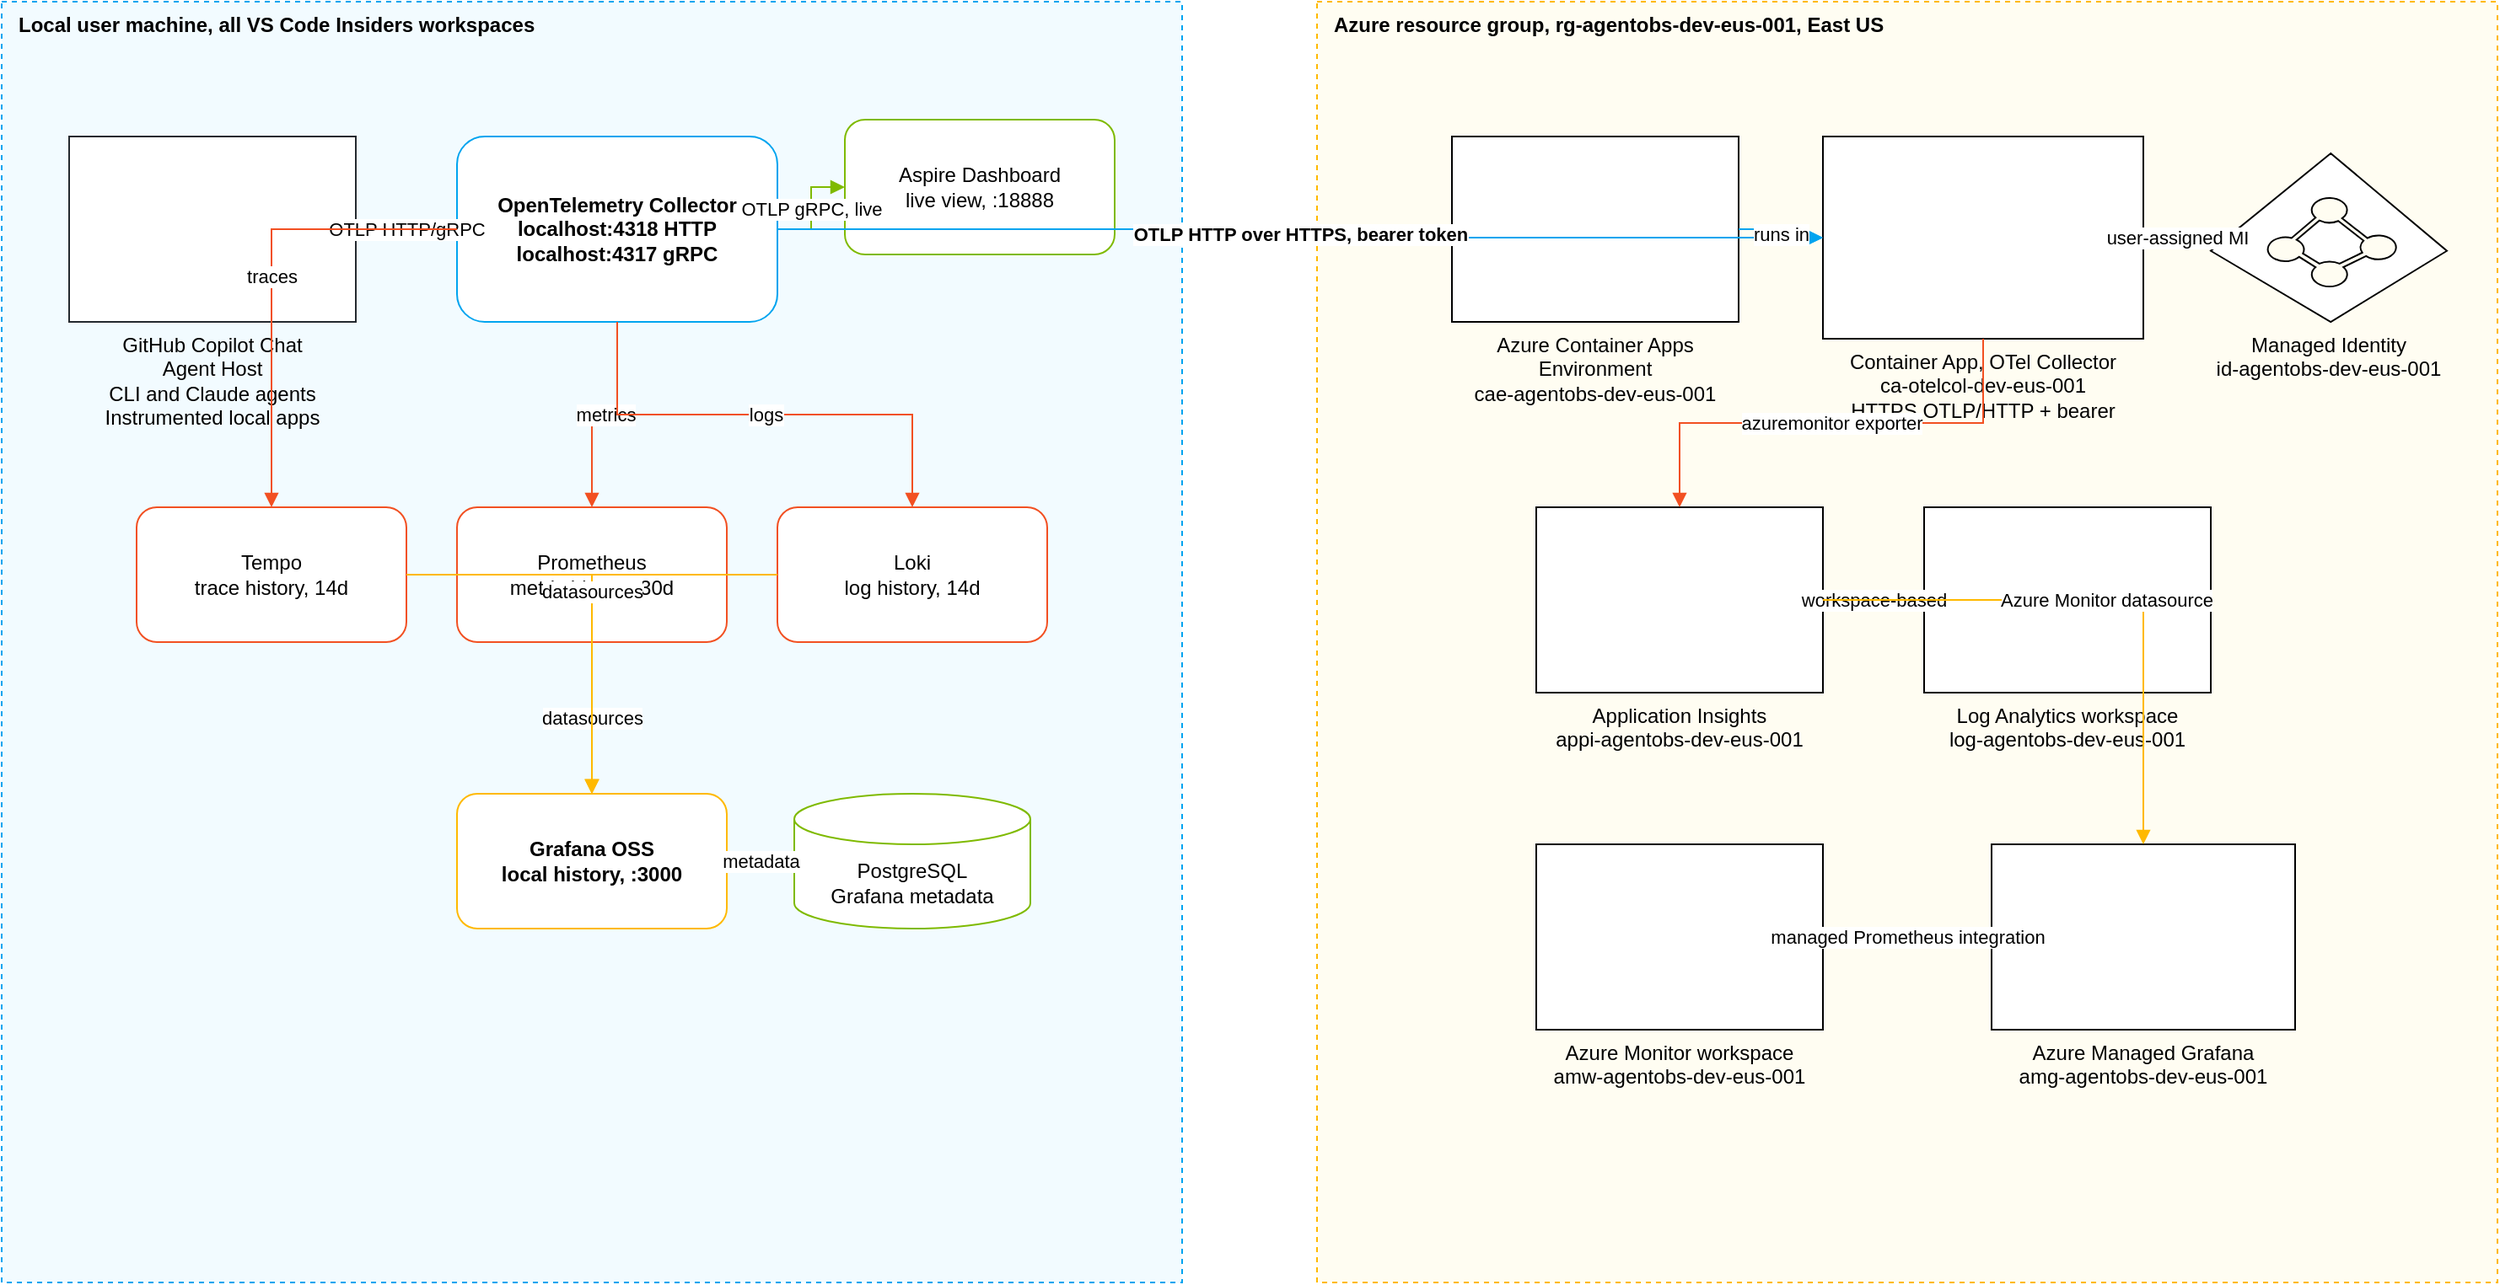
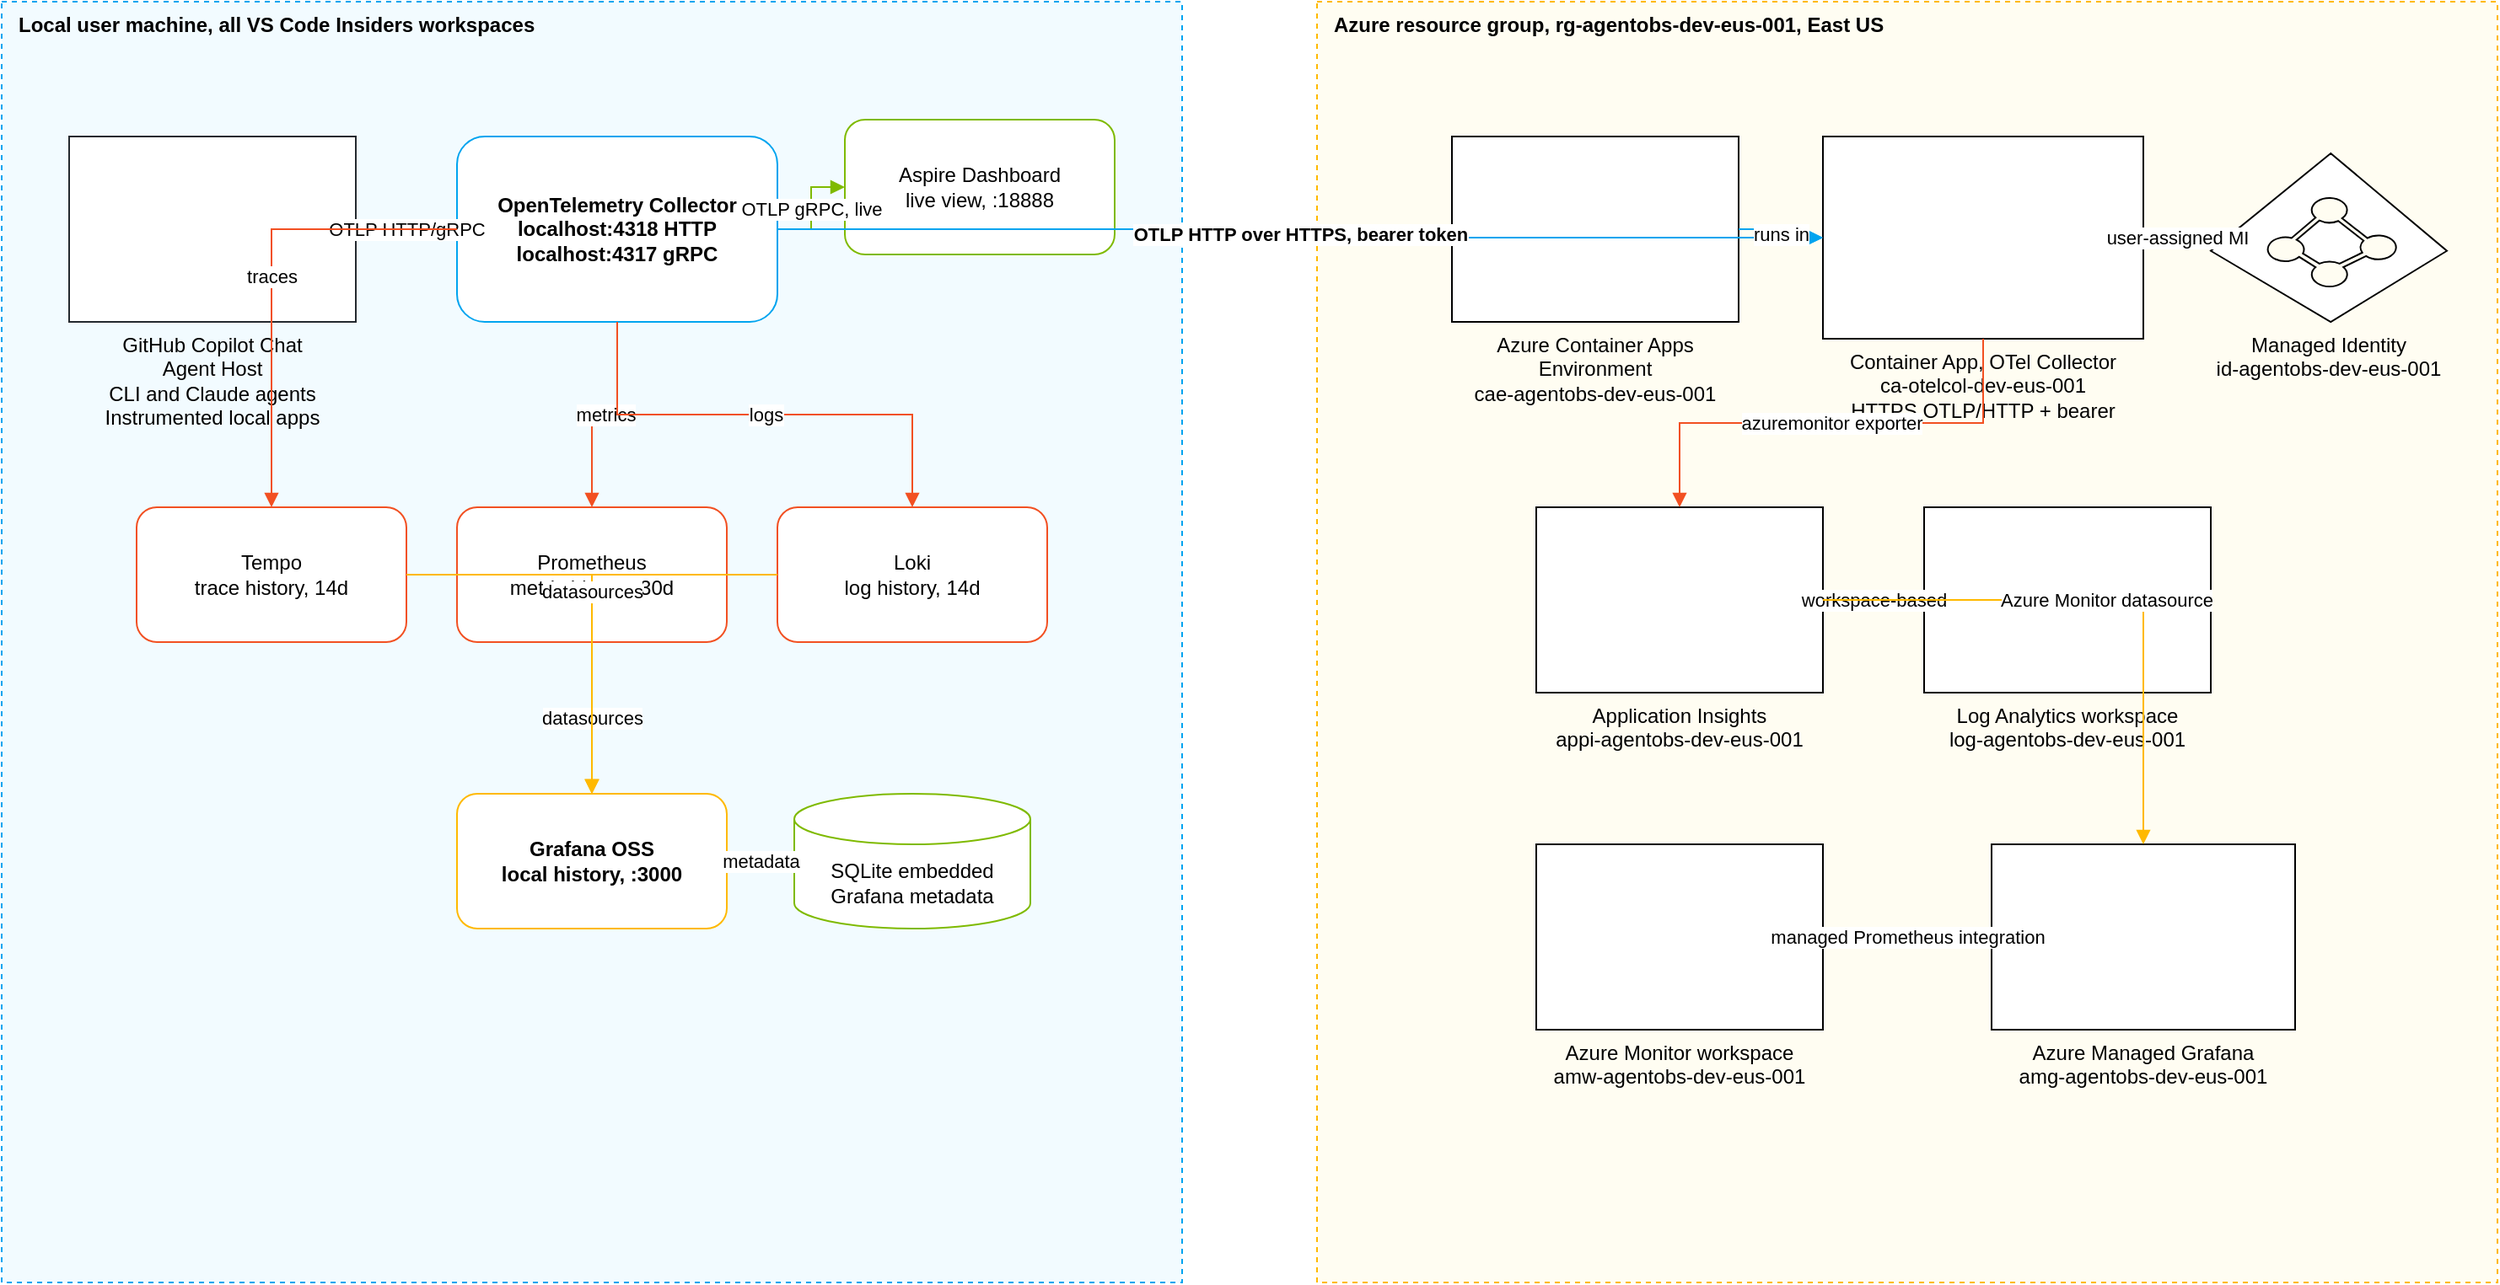
<?xml version="1.0" encoding="UTF-8"?>
<mxfile host="app.diagrams.net">
  <diagram name="Hybrid Agent Observability" id="agentobs-hybrid">
    <mxGraphModel dx="1600" dy="900" grid="1" gridSize="10" guides="1" tooltips="1" connect="1" arrows="1" fold="1" page="1" pageWidth="1600" pageHeight="900" math="0" shadow="0">
      <root>
        <mxCell id="0" />
        <mxCell id="1" parent="0" />
        <mxCell id="local" value="Local user machine, all VS Code Insiders workspaces" style="rounded=0;dashed=1;verticalAlign=top;align=left;spacingLeft=8;html=1;fillColor=#F2FBFF;strokeColor=#00A4EF;fontStyle=1;" vertex="1" parent="1">
          <mxGeometry x="40" y="40" width="700" height="760" as="geometry" />
        </mxCell>
        <mxCell id="azure" value="Azure resource group, rg-agentobs-dev-eus-001, East US" style="rounded=0;dashed=1;verticalAlign=top;align=left;spacingLeft=8;html=1;fillColor=#FFFDF2;strokeColor=#FFB900;fontStyle=1;" vertex="1" parent="1">
          <mxGeometry x="820" y="40" width="700" height="760" as="geometry" />
        </mxCell>
        <mxCell id="sources" value="GitHub Copilot Chat&lt;br&gt;Agent Host&lt;br&gt;CLI and Claude agents&lt;br&gt;Instrumented local apps" style="shape=mxgraph.gcp2.github;html=1;whiteSpace=wrap;verticalLabelPosition=bottom;verticalAlign=top;align=center;fillColor=#FFFFFF;strokeColor=#24292F;" vertex="1" parent="local">
          <mxGeometry x="40" y="80" width="170" height="110" as="geometry" />
        </mxCell>
        <mxCell id="local-collector" value="OpenTelemetry Collector&lt;br&gt;localhost:4318 HTTP&lt;br&gt;localhost:4317 gRPC" style="rounded=1;whiteSpace=wrap;html=1;fillColor=#FFFFFF;strokeColor=#00A4EF;fontStyle=1;" vertex="1" parent="local">
          <mxGeometry x="270" y="80" width="190" height="110" as="geometry" />
        </mxCell>
        <mxCell id="aspire" value="Aspire Dashboard&lt;br&gt;live view, :18888" style="rounded=1;whiteSpace=wrap;html=1;fillColor=#FFFFFF;strokeColor=#7FBA00;" vertex="1" parent="local">
          <mxGeometry x="500" y="70" width="160" height="80" as="geometry" />
        </mxCell>
        <mxCell id="tempo" value="Tempo&lt;br&gt;trace history, 14d" style="rounded=1;whiteSpace=wrap;html=1;fillColor=#FFFFFF;strokeColor=#F25022;" vertex="1" parent="local">
          <mxGeometry x="80" y="300" width="160" height="80" as="geometry" />
        </mxCell>
        <mxCell id="prometheus" value="Prometheus&lt;br&gt;metric history, 30d" style="rounded=1;whiteSpace=wrap;html=1;fillColor=#FFFFFF;strokeColor=#F25022;" vertex="1" parent="local">
          <mxGeometry x="270" y="300" width="160" height="80" as="geometry" />
        </mxCell>
        <mxCell id="loki" value="Loki&lt;br&gt;log history, 14d" style="rounded=1;whiteSpace=wrap;html=1;fillColor=#FFFFFF;strokeColor=#F25022;" vertex="1" parent="local">
          <mxGeometry x="460" y="300" width="160" height="80" as="geometry" />
        </mxCell>
        <mxCell id="grafana-local" value="Grafana OSS&lt;br&gt;local history, :3000" style="rounded=1;whiteSpace=wrap;html=1;fillColor=#FFFFFF;strokeColor=#FFB900;fontStyle=1;" vertex="1" parent="local">
          <mxGeometry x="270" y="470" width="160" height="80" as="geometry" />
        </mxCell>
-         <mxCell id="postgres" value="PostgreSQL&lt;br&gt;Grafana metadata" style="shape=cylinder3;whiteSpace=wrap;html=1;boundedLbl=1;backgroundOutline=1;size=15;fillColor=#FFFFFF;strokeColor=#7FBA00;" vertex="1" parent="local">
+         <mxCell id="postgres" value="SQLite embedded&lt;br&gt;Grafana metadata" style="shape=cylinder3;whiteSpace=wrap;html=1;boundedLbl=1;backgroundOutline=1;size=15;fillColor=#FFFFFF;strokeColor=#7FBA00;" vertex="1" parent="local">
          <mxGeometry x="470" y="470" width="140" height="80" as="geometry" />
        </mxCell>
        <mxCell id="aca-env" value="Azure Container Apps Environment&lt;br&gt;cae-agentobs-dev-eus-001" style="sketch=0;html=1;shape=mxgraph.azure.app_services;whiteSpace=wrap;verticalLabelPosition=bottom;verticalAlign=top;align=center;" vertex="1" parent="azure">
          <mxGeometry x="80" y="80" width="170" height="110" as="geometry" />
        </mxCell>
        <mxCell id="cloud-collector" value="Container App, OTel Collector&lt;br&gt;ca-otelcol-dev-eus-001&lt;br&gt;HTTPS OTLP/HTTP + bearer" style="sketch=0;html=1;shape=mxgraph.azure.app_services;whiteSpace=wrap;verticalLabelPosition=bottom;verticalAlign=top;align=center;" vertex="1" parent="azure">
          <mxGeometry x="300" y="80" width="190" height="120" as="geometry" />
        </mxCell>
        <mxCell id="identity" value="Managed Identity&lt;br&gt;id-agentobs-dev-eus-001" style="sketch=0;html=1;shape=mxgraph.azure.azure_active_directory;whiteSpace=wrap;verticalLabelPosition=bottom;verticalAlign=top;align=center;" vertex="1" parent="azure">
          <mxGeometry x="530" y="90" width="140" height="100" as="geometry" />
        </mxCell>
        <mxCell id="appinsights" value="Application Insights&lt;br&gt;appi-agentobs-dev-eus-001" style="sketch=0;html=1;shape=mxgraph.azure.monitor;whiteSpace=wrap;verticalLabelPosition=bottom;verticalAlign=top;align=center;" vertex="1" parent="azure">
          <mxGeometry x="130" y="300" width="170" height="110" as="geometry" />
        </mxCell>
        <mxCell id="loganalytics" value="Log Analytics workspace&lt;br&gt;log-agentobs-dev-eus-001" style="sketch=0;html=1;shape=mxgraph.azure.monitor;whiteSpace=wrap;verticalLabelPosition=bottom;verticalAlign=top;align=center;" vertex="1" parent="azure">
          <mxGeometry x="360" y="300" width="170" height="110" as="geometry" />
        </mxCell>
        <mxCell id="amw" value="Azure Monitor workspace&lt;br&gt;amw-agentobs-dev-eus-001" style="sketch=0;html=1;shape=mxgraph.azure.monitor;whiteSpace=wrap;verticalLabelPosition=bottom;verticalAlign=top;align=center;" vertex="1" parent="azure">
          <mxGeometry x="130" y="500" width="170" height="110" as="geometry" />
        </mxCell>
        <mxCell id="amg" value="Azure Managed Grafana&lt;br&gt;amg-agentobs-dev-eus-001" style="sketch=0;html=1;shape=mxgraph.azure.monitor;whiteSpace=wrap;verticalLabelPosition=bottom;verticalAlign=top;align=center;" vertex="1" parent="azure">
          <mxGeometry x="400" y="500" width="180" height="110" as="geometry" />
        </mxCell>
        <mxCell id="e1" value="OTLP HTTP/gRPC" style="edgeStyle=orthogonalEdgeStyle;rounded=0;html=1;endArrow=block;strokeColor=#00A4EF;" edge="1" parent="1" source="sources" target="local-collector"><mxGeometry relative="1" as="geometry" /></mxCell>
        <mxCell id="e2" value="OTLP gRPC, live" style="edgeStyle=orthogonalEdgeStyle;rounded=0;html=1;endArrow=block;strokeColor=#7FBA00;" edge="1" parent="1" source="local-collector" target="aspire"><mxGeometry relative="1" as="geometry" /></mxCell>
        <mxCell id="e3" value="traces" style="edgeStyle=orthogonalEdgeStyle;rounded=0;html=1;endArrow=block;strokeColor=#F25022;" edge="1" parent="1" source="local-collector" target="tempo"><mxGeometry relative="1" as="geometry" /></mxCell>
        <mxCell id="e4" value="metrics" style="edgeStyle=orthogonalEdgeStyle;rounded=0;html=1;endArrow=block;strokeColor=#F25022;" edge="1" parent="1" source="local-collector" target="prometheus"><mxGeometry relative="1" as="geometry" /></mxCell>
        <mxCell id="e5" value="logs" style="edgeStyle=orthogonalEdgeStyle;rounded=0;html=1;endArrow=block;strokeColor=#F25022;" edge="1" parent="1" source="local-collector" target="loki"><mxGeometry relative="1" as="geometry" /></mxCell>
        <mxCell id="e6" value="datasources" style="edgeStyle=orthogonalEdgeStyle;rounded=0;html=1;endArrow=block;strokeColor=#FFB900;" edge="1" parent="1" source="tempo" target="grafana-local"><mxGeometry relative="1" as="geometry" /></mxCell>
        <mxCell id="e7" value="datasources" style="edgeStyle=orthogonalEdgeStyle;rounded=0;html=1;endArrow=block;strokeColor=#FFB900;" edge="1" parent="1" source="prometheus" target="grafana-local"><mxGeometry relative="1" as="geometry" /></mxCell>
        <mxCell id="e8" value="datasources" style="edgeStyle=orthogonalEdgeStyle;rounded=0;html=1;endArrow=block;strokeColor=#FFB900;" edge="1" parent="1" source="loki" target="grafana-local"><mxGeometry relative="1" as="geometry" /></mxCell>
        <mxCell id="e9" value="metadata" style="edgeStyle=orthogonalEdgeStyle;rounded=0;html=1;endArrow=block;strokeColor=#7FBA00;" edge="1" parent="1" source="grafana-local" target="postgres"><mxGeometry relative="1" as="geometry" /></mxCell>
        <mxCell id="e10" value="OTLP HTTP over HTTPS, bearer token" style="edgeStyle=orthogonalEdgeStyle;rounded=0;html=1;endArrow=block;strokeColor=#00A4EF;fontStyle=1;" edge="1" parent="1" source="local-collector" target="cloud-collector"><mxGeometry relative="1" as="geometry" /></mxCell>
        <mxCell id="e11" value="runs in" style="edgeStyle=orthogonalEdgeStyle;rounded=0;html=1;endArrow=block;strokeColor=#00A4EF;" edge="1" parent="1" source="aca-env" target="cloud-collector"><mxGeometry relative="1" as="geometry" /></mxCell>
        <mxCell id="e12" value="user-assigned MI" style="edgeStyle=orthogonalEdgeStyle;rounded=0;html=1;endArrow=block;strokeColor=#7FBA00;" edge="1" parent="1" source="identity" target="cloud-collector"><mxGeometry relative="1" as="geometry" /></mxCell>
        <mxCell id="e13" value="azuremonitor exporter" style="edgeStyle=orthogonalEdgeStyle;rounded=0;html=1;endArrow=block;strokeColor=#F25022;" edge="1" parent="1" source="cloud-collector" target="appinsights"><mxGeometry relative="1" as="geometry" /></mxCell>
        <mxCell id="e14" value="workspace-based" style="edgeStyle=orthogonalEdgeStyle;rounded=0;html=1;endArrow=block;strokeColor=#F25022;" edge="1" parent="1" source="appinsights" target="loganalytics"><mxGeometry relative="1" as="geometry" /></mxCell>
        <mxCell id="e15" value="Azure Monitor datasource" style="edgeStyle=orthogonalEdgeStyle;rounded=0;html=1;endArrow=block;strokeColor=#FFB900;" edge="1" parent="1" source="appinsights" target="amg"><mxGeometry relative="1" as="geometry" /></mxCell>
        <mxCell id="e16" value="managed Prometheus integration" style="edgeStyle=orthogonalEdgeStyle;rounded=0;html=1;endArrow=block;strokeColor=#FFB900;" edge="1" parent="1" source="amw" target="amg"><mxGeometry relative="1" as="geometry" /></mxCell>
      </root>
    </mxGraphModel>
  </diagram>
</mxfile>
